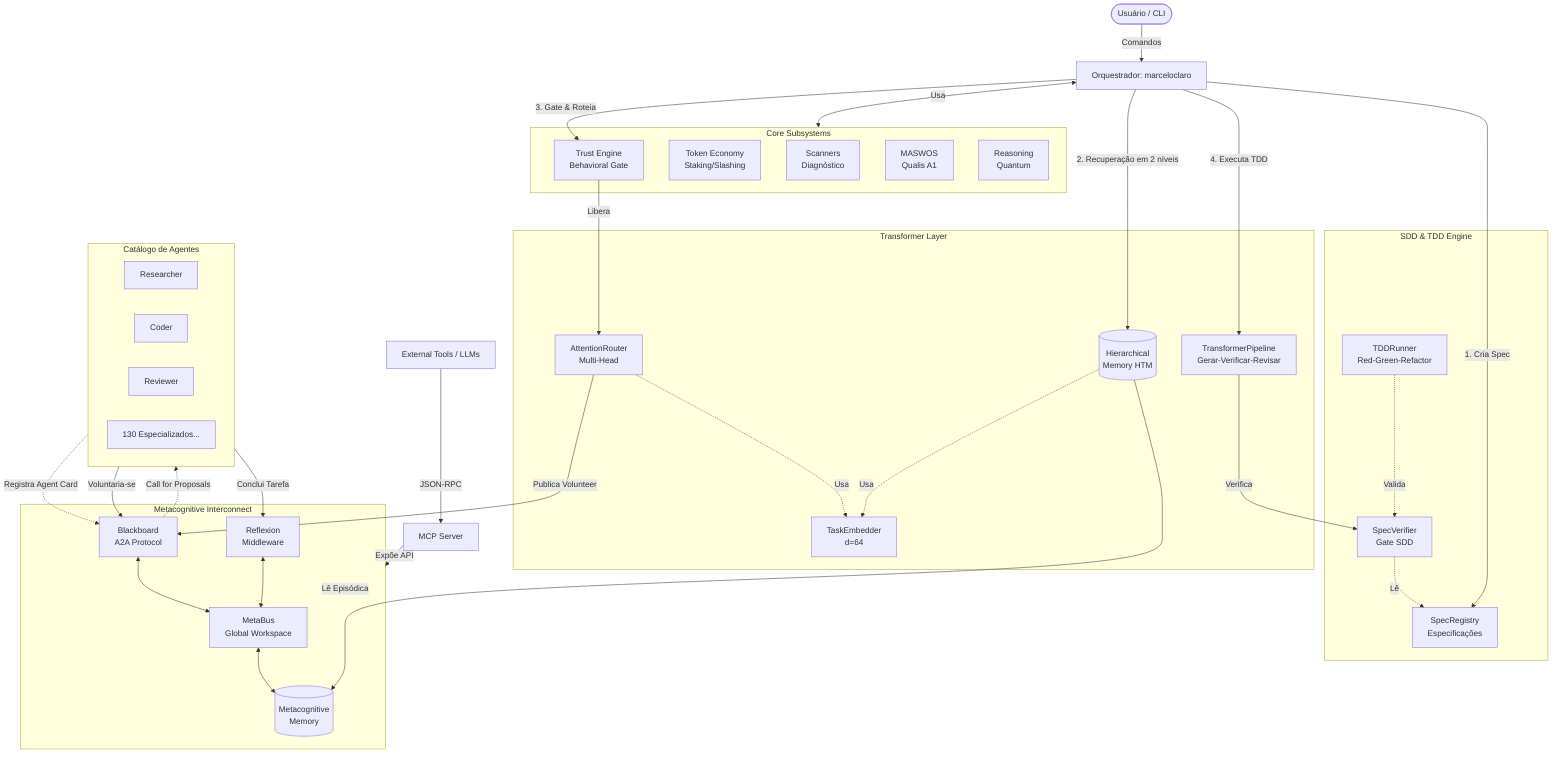
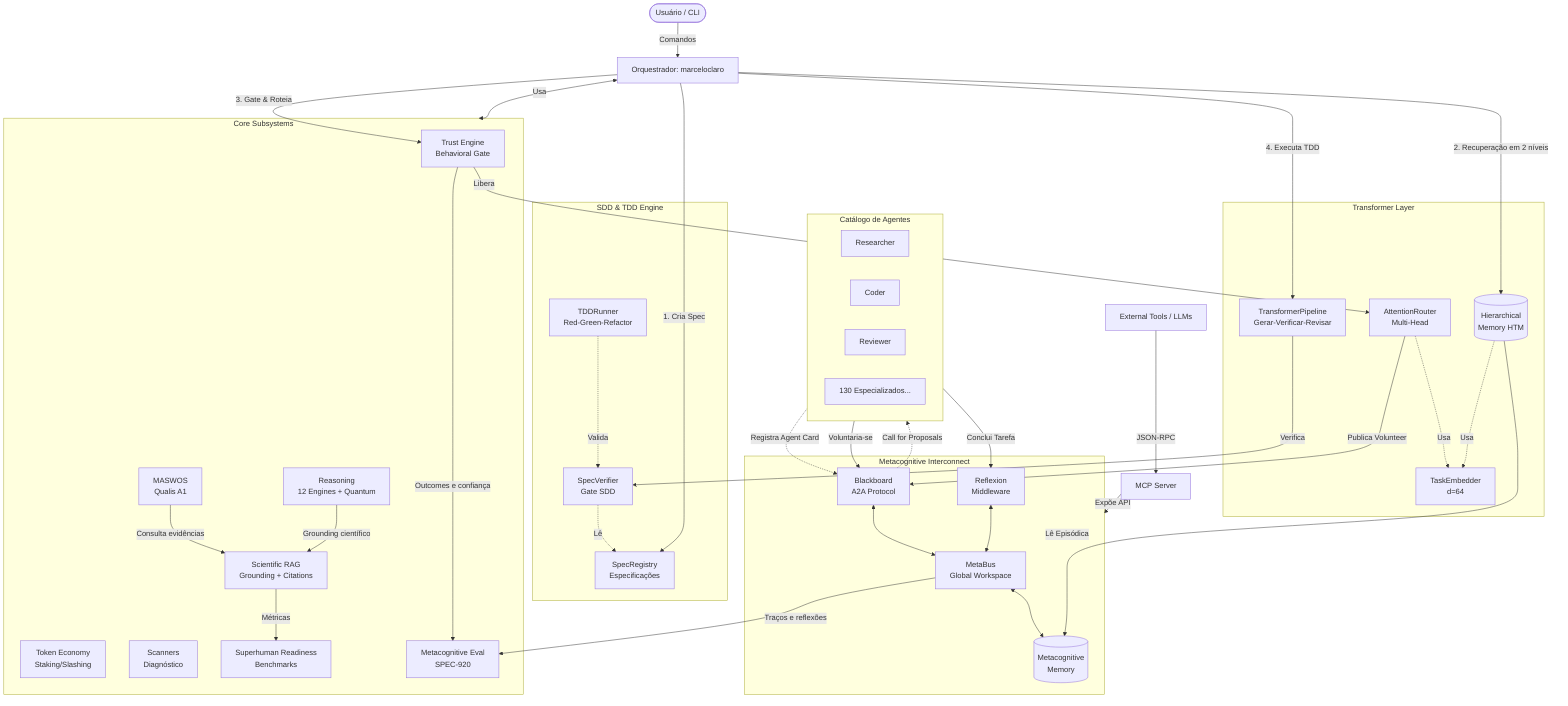
graph TD
    %% Atores e Orquestrador
    User([Usuário / CLI]) -->|Comandos| Orchestrator[Orquestrador: marceloclaro]

    %% Camada SDD/TDD
    subgraph SDD [SDD & TDD Engine]
        Spec[SpecRegistry<br>Especificações]
        Ver[SpecVerifier<br>Gate SDD]
        TDD[TDDRunner<br>Red-Green-Refactor]

        TDD -.->|Valida| Ver
        Ver -.->|Lê| Spec
    end

    %% Camada Transformer
    subgraph TF [Transformer Layer]
        Attn[AttentionRouter<br>Multi-Head]
        Pipe[TransformerPipeline<br>Gerar-Verificar-Revisar]
        HTM[(Hierarchical<br>Memory HTM)]
        Emb[TaskEmbedder<br>d=64]

        Attn -.->|Usa| Emb
        HTM -.->|Usa| Emb
    end

    %% Camada Core (Novos Subsistemas)
    subgraph Core [Core Subsystems]
        Trust[Trust Engine<br>Behavioral Gate]
        Eco[Token Economy<br>Staking/Slashing]
        Scan[Scanners<br>Diagnóstico]
        Acad[MASWOS<br>Qualis A1]
-         Reason[Reasoning<br>Quantum]
+         Reason[Reasoning<br>12 Engines + Quantum]
+         RAG[Scientific RAG<br>Grounding + Citations]
+         Bench[Superhuman Readiness<br>Benchmarks]
+         MetaEval[Metacognitive Eval<br>SPEC-920]
    end

    %% Camada MCI
    subgraph MCI [Metacognitive Interconnect]
        MB[MetaBus<br>Global Workspace]
        BB[Blackboard<br>A2A Protocol]
        Mem[(Metacognitive<br>Memory)]
        Ref[Reflexion<br>Middleware]

        MB <--> Mem
        BB <--> MB
        Ref <--> MB
    end

    %% Orquestrador integra as camadas
    Orchestrator -->|1. Cria Spec| Spec
    Orchestrator -->|2. Recuperação em 2 níveis| HTM
    HTM -->|Lê Episódica| Mem
    Orchestrator -->|3. Gate & Roteia| Trust
    Trust -->|Libera| Attn
    Attn -->|Publica Volunteer| BB
    Orchestrator -->|4. Executa TDD| Pipe
    Pipe -->|Verifica| Ver
    Orchestrator <-->|Usa| Core
+     Acad -->|Consulta evidências| RAG
+     Reason -->|Grounding científico| RAG
+     RAG -->|Métricas| Bench
+     MB -->|Traços e reflexões| MetaEval
+     Trust -->|Outcomes e confiança| MetaEval

    %% Agentes
    subgraph Agents [Catálogo de Agentes]
        A1[Researcher]
        A2[Coder]
        A3[Reviewer]
        A4[130 Especializados...]
    end

    %% Fluxo de Agentes
    Agents -.->|Registra Agent Card| BB
    BB -.->|Call for Proposals| Agents
    Agents -->|Voluntaria-se| BB
    Agents -->|Conclui Tarefa| Ref

    %% MCP
    MCP[MCP Server] -->|Expõe API| MCI
    External[External Tools / LLMs] -->|JSON-RPC| MCP
